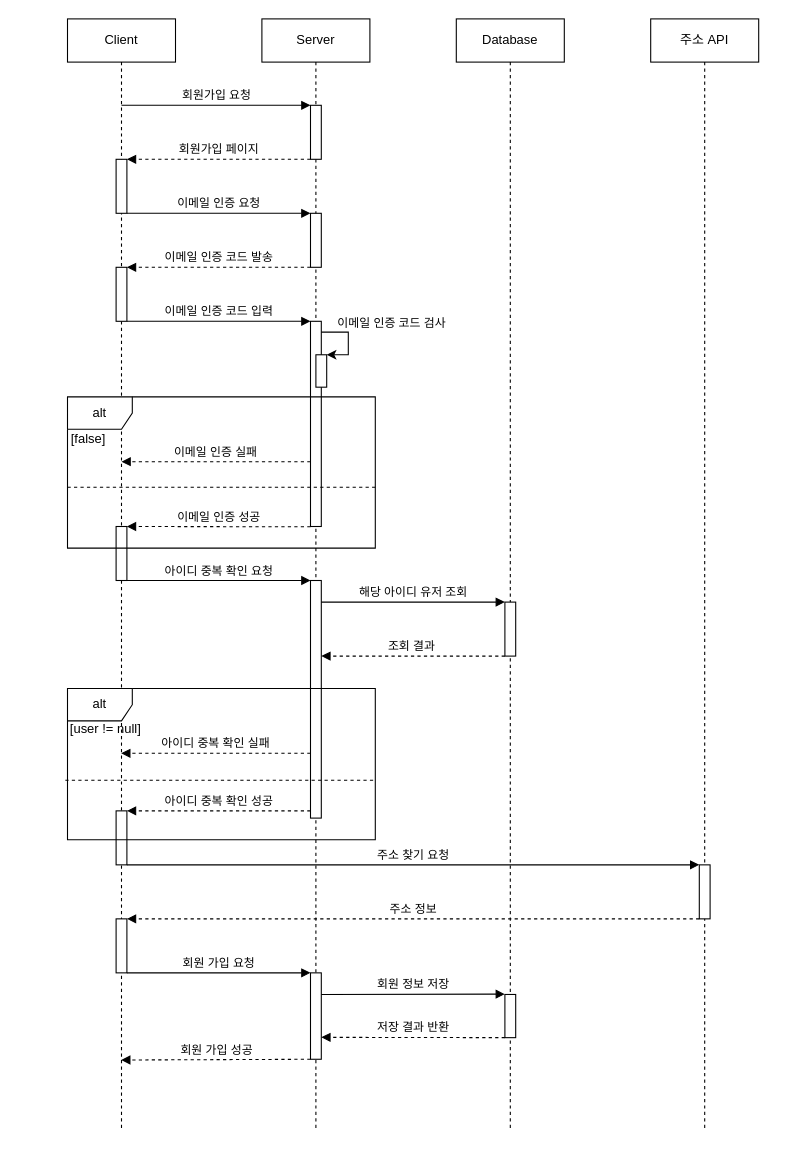
Above: architecture/SequenceDiagram/회원가입.drawio in 98Woonho/ITHotel (draw.io), before the change. Source tidied: cells renumbered, new cells numbered last; positions are measured from the earlier drawing's top-left corner, leaving out a move shared by most shapes. Both pictures are drawn from the tidied source at 108%, with x=0, y=0 at pixel (55, 18).
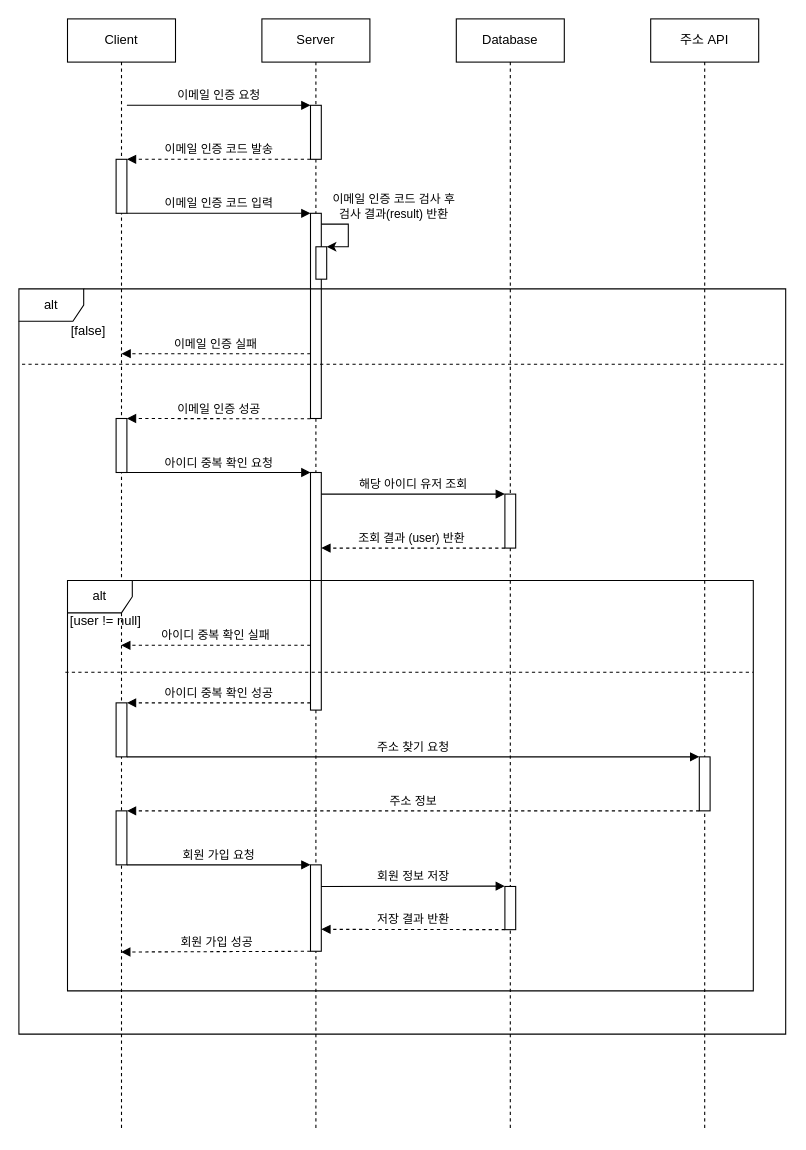
Above is the later version.

Unchanged cells that the change refers to:
```xml
<mxCell id="2" value="Client" style="shape=umlLifeline;perimeter=lifelinePerimeter;whiteSpace=wrap;html=1;newEdgeStyle={&quot;edgeStyle&quot;:&quot;elbowEdgeStyle&quot;,&quot;elbow&quot;:&quot;vertical&quot;,&quot;curved&quot;:0,&quot;rounded&quot;:0};" parent="1" vertex="1">
  <mxGeometry x="11" width="100" height="1030" as="geometry" />
</mxCell>
<mxCell id="8" value="Server" style="shape=umlLifeline;perimeter=lifelinePerimeter;whiteSpace=wrap;html=1;newEdgeStyle={&quot;edgeStyle&quot;:&quot;elbowEdgeStyle&quot;,&quot;elbow&quot;:&quot;vertical&quot;,&quot;curved&quot;:0,&quot;rounded&quot;:0};" parent="1" vertex="1">
  <mxGeometry x="191" width="100" height="1030" as="geometry" />
</mxCell>
<mxCell id="23" value="Database" style="shape=umlLifeline;perimeter=lifelinePerimeter;whiteSpace=wrap;html=1;newEdgeStyle={&quot;edgeStyle&quot;:&quot;elbowEdgeStyle&quot;,&quot;elbow&quot;:&quot;vertical&quot;,&quot;curved&quot;:0,&quot;rounded&quot;:0};" parent="1" vertex="1">
  <mxGeometry x="371" width="100" height="1030" as="geometry" />
</mxCell>
<mxCell id="31" value="주소 API" style="shape=umlLifeline;perimeter=lifelinePerimeter;whiteSpace=wrap;html=1;newEdgeStyle={&quot;edgeStyle&quot;:&quot;elbowEdgeStyle&quot;,&quot;elbow&quot;:&quot;vertical&quot;,&quot;curved&quot;:0,&quot;rounded&quot;:0};" parent="1" vertex="1">
  <mxGeometry x="551" width="100" height="1030" as="geometry" />
</mxCell>
```

Diff of the diagram source:
```diff
@@
-    <mxCell id="3" style="html=1;points=[];perimeter=orthogonalPerimeter;outlineConnect=0;targetShapes=umlLifeline;portConstraint=eastwest;newEdgeStyle={&quot;edgeStyle&quot;:&quot;elbowEdgeStyle&quot;,&quot;elbow&quot;:&quot;vertical&quot;,&quot;curved&quot;:0,&quot;rounded&quot;:0};" parent="2" vertex="1">
-      <mxGeometry x="45" y="130" width="10" height="50" as="geometry" />
-    </mxCell>
     <mxCell id="4" style="html=1;points=[];perimeter=orthogonalPerimeter;outlineConnect=0;targetShapes=umlLifeline;portConstraint=eastwest;newEdgeStyle={&quot;edgeStyle&quot;:&quot;elbowEdgeStyle&quot;,&quot;elbow&quot;:&quot;vertical&quot;,&quot;curved&quot;:0,&quot;rounded&quot;:0};" parent="2" vertex="1">
-      <mxGeometry x="45" y="230" width="10" height="50" as="geometry" />
+      <mxGeometry x="45" y="130" width="10" height="50" as="geometry" />
     </mxCell>
     <mxCell id="5" style="html=1;points=[];perimeter=orthogonalPerimeter;outlineConnect=0;targetShapes=umlLifeline;portConstraint=eastwest;newEdgeStyle={&quot;edgeStyle&quot;:&quot;elbowEdgeStyle&quot;,&quot;elbow&quot;:&quot;vertical&quot;,&quot;curved&quot;:0,&quot;rounded&quot;:0};" parent="2" vertex="1">
-      <mxGeometry x="45" y="470" width="10" height="50" as="geometry" />
+      <mxGeometry x="45" y="370" width="10" height="50" as="geometry" />
     </mxCell>
     <mxCell id="6" style="html=1;points=[];perimeter=orthogonalPerimeter;outlineConnect=0;targetShapes=umlLifeline;portConstraint=eastwest;newEdgeStyle={&quot;edgeStyle&quot;:&quot;elbowEdgeStyle&quot;,&quot;elbow&quot;:&quot;vertical&quot;,&quot;curved&quot;:0,&quot;rounded&quot;:0};" parent="2" vertex="1">
-      <mxGeometry x="45" y="733.3" width="10" height="50" as="geometry" />
+      <mxGeometry x="45" y="633.3" width="10" height="50" as="geometry" />
     </mxCell>
     <mxCell id="7" style="html=1;points=[];perimeter=orthogonalPerimeter;outlineConnect=0;targetShapes=umlLifeline;portConstraint=eastwest;newEdgeStyle={&quot;edgeStyle&quot;:&quot;elbowEdgeStyle&quot;,&quot;elbow&quot;:&quot;vertical&quot;,&quot;curved&quot;:0,&quot;rounded&quot;:0};" parent="2" vertex="1">
-      <mxGeometry x="45" y="833.3" width="10" height="50" as="geometry" />
+      <mxGeometry x="45" y="733.3" width="10" height="50" as="geometry" />
     </mxCell>
@@
-    <mxCell id="9" style="html=1;points=[];perimeter=orthogonalPerimeter;outlineConnect=0;targetShapes=umlLifeline;portConstraint=eastwest;newEdgeStyle={&quot;edgeStyle&quot;:&quot;elbowEdgeStyle&quot;,&quot;elbow&quot;:&quot;vertical&quot;,&quot;curved&quot;:0,&quot;rounded&quot;:0};" parent="8" vertex="1">
-      <mxGeometry x="45" y="80" width="10" height="50" as="geometry" />
-    </mxCell>
     <mxCell id="10" style="html=1;points=[];perimeter=orthogonalPerimeter;outlineConnect=0;targetShapes=umlLifeline;portConstraint=eastwest;newEdgeStyle={&quot;edgeStyle&quot;:&quot;elbowEdgeStyle&quot;,&quot;elbow&quot;:&quot;vertical&quot;,&quot;curved&quot;:0,&quot;rounded&quot;:0};" parent="8" vertex="1">
-      <mxGeometry x="45" y="180" width="10" height="50" as="geometry" />
+      <mxGeometry x="45" y="80" width="10" height="50" as="geometry" />
     </mxCell>
     <mxCell id="11" style="html=1;points=[];perimeter=orthogonalPerimeter;outlineConnect=0;targetShapes=umlLifeline;portConstraint=eastwest;newEdgeStyle={&quot;edgeStyle&quot;:&quot;elbowEdgeStyle&quot;,&quot;elbow&quot;:&quot;vertical&quot;,&quot;curved&quot;:0,&quot;rounded&quot;:0};" parent="8" vertex="1">
-      <mxGeometry x="45" y="280" width="10" height="190" as="geometry" />
+      <mxGeometry x="45" y="180" width="10" height="190" as="geometry" />
     </mxCell>
     <mxCell id="12" style="html=1;points=[];perimeter=orthogonalPerimeter;outlineConnect=0;targetShapes=umlLifeline;portConstraint=eastwest;newEdgeStyle={&quot;edgeStyle&quot;:&quot;elbowEdgeStyle&quot;,&quot;elbow&quot;:&quot;vertical&quot;,&quot;curved&quot;:0,&quot;rounded&quot;:0};" parent="8" vertex="1">
-      <mxGeometry x="45" y="520" width="10" height="220" as="geometry" />
+      <mxGeometry x="45" y="420" width="10" height="220" as="geometry" />
     </mxCell>
-    <mxCell id="13" value="회원가입 요청" style="html=1;verticalAlign=bottom;endArrow=block;edgeStyle=elbowEdgeStyle;elbow=vertical;curved=0;rounded=0;" parent="1" edge="1" target="9">
-      <mxGeometry relative="1" as="geometry">
-        <mxPoint x="61" y="80" as="sourcePoint" />
-        <Array as="points">
-          <mxPoint x="146" y="80" />
-        </Array>
-      </mxGeometry>
-    </mxCell>
-    <mxCell id="14" value="회원가입 페이지" style="html=1;verticalAlign=bottom;endArrow=block;dashed=1;endSize=6;edgeStyle=elbowEdgeStyle;elbow=vertical;curved=0;rounded=0;endFill=1;" parent="1" edge="1" source="9" target="3">
-      <mxGeometry relative="1" as="geometry">
-        <Array as="points">
-          <mxPoint x="171" y="130" />
-        </Array>
-      </mxGeometry>
-    </mxCell>
-    <mxCell id="15" value="이메일 인증 요청" style="html=1;verticalAlign=bottom;endArrow=block;edgeStyle=elbowEdgeStyle;elbow=vertical;curved=0;rounded=0;" parent="1" edge="1" source="3" target="10">
+    <mxCell id="15" value="이메일 인증 요청" style="html=1;verticalAlign=bottom;endArrow=block;edgeStyle=elbowEdgeStyle;elbow=vertical;curved=0;rounded=0;" parent="1" edge="1" target="10">
       <mxGeometry relative="1" as="geometry">
+        <mxPoint x="66" y="80" as="sourcePoint" />
         <Array as="points">
-          <mxPoint x="156" y="180" />
+          <mxPoint x="156" y="80" />
         </Array>
       </mxGeometry>
     </mxCell>
     <mxCell id="16" value="이메일 인증 코드 발송" style="html=1;verticalAlign=bottom;endArrow=block;dashed=1;endSize=6;edgeStyle=elbowEdgeStyle;elbow=vertical;curved=0;rounded=0;endFill=1;" parent="1" edge="1" source="10" target="4">
       <mxGeometry relative="1" as="geometry">
         <Array as="points">
-          <mxPoint x="166" y="230" />
+          <mxPoint x="166" y="130" />
         </Array>
       </mxGeometry>
     </mxCell>
     <mxCell id="17" value="이메일 인증 코드 입력" style="html=1;verticalAlign=bottom;endArrow=block;edgeStyle=elbowEdgeStyle;elbow=vertical;curved=0;rounded=0;" parent="1" edge="1" source="4" target="11">
       <mxGeometry relative="1" as="geometry">
         <Array as="points">
-          <mxPoint x="161" y="280" />
+          <mxPoint x="161" y="180" />
         </Array>
       </mxGeometry>
     </mxCell>
     <mxCell id="18" style="html=1;points=[];perimeter=orthogonalPerimeter;outlineConnect=0;targetShapes=umlLifeline;portConstraint=eastwest;newEdgeStyle={&quot;edgeStyle&quot;:&quot;elbowEdgeStyle&quot;,&quot;elbow&quot;:&quot;vertical&quot;,&quot;curved&quot;:0,&quot;rounded&quot;:0};" parent="1" vertex="1">
-      <mxGeometry x="241" y="311" width="10" height="30" as="geometry" />
+      <mxGeometry x="241" y="211" width="10" height="30" as="geometry" />
     </mxCell>
     <mxCell id="19" style="endArrow=classic;html=1;rounded=0;" parent="1" edge="1" source="11" target="18">
       <mxGeometry relative="1" as="geometry">
         <Array as="points">
-          <mxPoint x="261" y="290" />
-          <mxPoint x="271" y="290" />
-          <mxPoint x="271" y="311" />
+          <mxPoint x="261" y="190" />
+          <mxPoint x="271" y="190" />
+          <mxPoint x="271" y="211" />
         </Array>
       </mxGeometry>
     </mxCell>
-    <mxCell id="20" value="이메일 인증 코드 검사" style="edgeLabel;html=1;align=center;verticalAlign=middle;" parent="19" vertex="1">
+    <mxCell id="20" value="이메일 인증 코드 검사 후&lt;div&gt;검사 결과(result) 반환&lt;/div&gt;" style="edgeLabel;html=1;align=center;verticalAlign=middle;" parent="19" vertex="1">
       <mxGeometry x="-0.47" y="1" relative="1" as="geometry">
-        <mxPoint x="47" y="-8" as="offset" />
+        <mxPoint x="49" y="-16" as="offset" />
       </mxGeometry>
     </mxCell>
     <mxCell id="21" value="이메일 인증 실패" style="html=1;verticalAlign=bottom;endArrow=block;dashed=1;endSize=6;edgeStyle=elbowEdgeStyle;elbow=vertical;curved=0;rounded=0;endFill=1;" parent="1" edge="1">
       <mxGeometry relative="1" as="geometry">
-        <mxPoint x="236" y="410" as="sourcePoint" />
-        <mxPoint x="61" y="410" as="targetPoint" />
+        <mxPoint x="236" y="310" as="sourcePoint" />
+        <mxPoint x="61" y="310" as="targetPoint" />
       </mxGeometry>
     </mxCell>
     <mxCell id="22" value="이메일 인증 성공" style="html=1;verticalAlign=bottom;endArrow=block;dashed=1;endSize=6;edgeStyle=elbowEdgeStyle;elbow=vertical;curved=0;rounded=0;endFill=1;" parent="1" edge="1">
       <mxGeometry relative="1" as="geometry">
-        <mxPoint x="236" y="470.3" as="sourcePoint" />
-        <mxPoint x="66" y="470" as="targetPoint" />
+        <mxPoint x="236" y="370.3" as="sourcePoint" />
+        <mxPoint x="66" y="370" as="targetPoint" />
       </mxGeometry>
     </mxCell>
@@
     <mxCell id="24" style="html=1;points=[];perimeter=orthogonalPerimeter;outlineConnect=0;targetShapes=umlLifeline;portConstraint=eastwest;newEdgeStyle={&quot;edgeStyle&quot;:&quot;elbowEdgeStyle&quot;,&quot;elbow&quot;:&quot;vertical&quot;,&quot;curved&quot;:0,&quot;rounded&quot;:0};" parent="23" vertex="1">
-      <mxGeometry x="45" y="540" width="10" height="50" as="geometry" />
+      <mxGeometry x="45" y="440" width="10" height="50" as="geometry" />
     </mxCell>
     <mxCell id="25" style="html=1;perimeter=orthogonalPerimeter;targetShapes=umlLifeline;newEdgeStyle={&quot;edgeStyle&quot;:&quot;elbowEdgeStyle&quot;,&quot;elbow&quot;:&quot;vertical&quot;,&quot;curved&quot;:0,&quot;rounded&quot;:0};" parent="23" vertex="1">
-      <mxGeometry x="45" y="903.3" width="10" height="40" as="geometry" />
+      <mxGeometry x="45" y="803.3" width="10" height="40" as="geometry" />
     </mxCell>
     <mxCell id="26" value="아이디 중복 확인 요청" style="html=1;verticalAlign=bottom;endArrow=block;edgeStyle=elbowEdgeStyle;elbow=vertical;curved=0;rounded=0;" parent="1" edge="1" source="5" target="12">
       <mxGeometry relative="1" as="geometry">
         <Array as="points">
-          <mxPoint x="166" y="520" />
+          <mxPoint x="166" y="420" />
         </Array>
       </mxGeometry>
     </mxCell>
     <mxCell id="27" value="해당 아이디 유저 조회" style="html=1;verticalAlign=bottom;endArrow=block;edgeStyle=elbowEdgeStyle;elbow=vertical;curved=0;rounded=0;" parent="1" edge="1" source="12" target="24">
       <mxGeometry relative="1" as="geometry">
         <Array as="points">
-          <mxPoint x="351" y="540" />
+          <mxPoint x="351" y="440" />
         </Array>
       </mxGeometry>
     </mxCell>
-    <mxCell id="28" value="조회 결과&amp;nbsp;" style="html=1;verticalAlign=bottom;endArrow=block;dashed=1;endSize=6;edgeStyle=elbowEdgeStyle;elbow=vertical;curved=0;rounded=0;endFill=1;" parent="1" edge="1">
+    <mxCell id="28" value="조회 결과 (user) 반환&amp;nbsp;" style="html=1;verticalAlign=bottom;endArrow=block;dashed=1;endSize=6;edgeStyle=elbowEdgeStyle;elbow=vertical;curved=0;rounded=0;endFill=1;" parent="1" edge="1">
       <mxGeometry relative="1" as="geometry">
-        <mxPoint x="416" y="590" as="sourcePoint" />
-        <mxPoint x="246" y="590" as="targetPoint" />
+        <mxPoint x="416" y="490" as="sourcePoint" />
+        <mxPoint x="246" y="490" as="targetPoint" />
       </mxGeometry>
     </mxCell>
     <mxCell id="29" value="아이디 중복 확인 실패" style="html=1;verticalAlign=bottom;endArrow=block;dashed=1;endSize=6;edgeStyle=elbowEdgeStyle;elbow=vertical;curved=0;rounded=0;endFill=1;" parent="1" edge="1">
       <mxGeometry relative="1" as="geometry">
-        <mxPoint x="236" y="680" as="sourcePoint" />
-        <mxPoint x="60.7" y="680.3" as="targetPoint" />
+        <mxPoint x="236" y="580" as="sourcePoint" />
+        <mxPoint x="60.7" y="580.3" as="targetPoint" />
       </mxGeometry>
     </mxCell>
     <mxCell id="30" value="아이디 중복 확인 성공" style="html=1;verticalAlign=bottom;endArrow=block;dashed=1;endSize=6;edgeStyle=elbowEdgeStyle;elbow=vertical;curved=0;rounded=0;endFill=1;" parent="1" edge="1" target="6">
       <mxGeometry relative="1" as="geometry">
-        <mxPoint x="236" y="733.3" as="sourcePoint" />
+        <mxPoint x="236" y="633.3" as="sourcePoint" />
         <Array as="points">
-          <mxPoint x="191" y="733.3" />
+          <mxPoint x="191" y="633.3" />
         </Array>
       </mxGeometry>
     </mxCell>
@@
     <mxCell id="32" style="html=1;points=[];perimeter=orthogonalPerimeter;outlineConnect=0;targetShapes=umlLifeline;portConstraint=eastwest;newEdgeStyle={&quot;edgeStyle&quot;:&quot;elbowEdgeStyle&quot;,&quot;elbow&quot;:&quot;vertical&quot;,&quot;curved&quot;:0,&quot;rounded&quot;:0};" parent="31" vertex="1">
-      <mxGeometry x="45" y="783.3" width="10" height="50" as="geometry" />
+      <mxGeometry x="45" y="683.3" width="10" height="50" as="geometry" />
     </mxCell>
     <mxCell id="33" value="주소 찾기 요청" style="html=1;verticalAlign=bottom;endArrow=block;edgeStyle=elbowEdgeStyle;elbow=vertical;curved=0;rounded=0;" parent="1" edge="1" source="6" target="32">
       <mxGeometry relative="1" as="geometry">
         <Array as="points">
-          <mxPoint x="181" y="783.3" />
+          <mxPoint x="181" y="683.3" />
         </Array>
       </mxGeometry>
     </mxCell>
     <mxCell id="34" value="주소 정보" style="html=1;verticalAlign=bottom;endArrow=block;dashed=1;endSize=6;edgeStyle=elbowEdgeStyle;elbow=vertical;curved=0;rounded=0;endFill=1;" parent="1" edge="1" source="32" target="7">
       <mxGeometry relative="1" as="geometry">
         <Array as="points">
-          <mxPoint x="236" y="833.3" />
+          <mxPoint x="236" y="733.3" />
         </Array>
       </mxGeometry>
     </mxCell>
     <mxCell id="35" style="html=1;points=[];perimeter=orthogonalPerimeter;outlineConnect=0;targetShapes=umlLifeline;portConstraint=eastwest;newEdgeStyle={&quot;edgeStyle&quot;:&quot;elbowEdgeStyle&quot;,&quot;elbow&quot;:&quot;vertical&quot;,&quot;curved&quot;:0,&quot;rounded&quot;:0};" parent="1" vertex="1">
-      <mxGeometry x="236" y="883.3" width="10" height="80" as="geometry" />
+      <mxGeometry x="236" y="783.3" width="10" height="80" as="geometry" />
     </mxCell>
     <mxCell id="36" value="회원 가입 요청" style="html=1;verticalAlign=bottom;endArrow=block;edgeStyle=elbowEdgeStyle;elbow=vertical;curved=0;rounded=0;" parent="1" edge="1" source="7" target="35">
       <mxGeometry relative="1" as="geometry">
         <Array as="points">
-          <mxPoint x="241" y="883.3" />
+          <mxPoint x="241" y="783.3" />
         </Array>
       </mxGeometry>
     </mxCell>
     <mxCell id="37" value="회원 정보 저장" style="html=1;verticalAlign=bottom;endArrow=block;edgeStyle=elbowEdgeStyle;elbow=vertical;curved=0;rounded=0;" parent="1" edge="1">
       <mxGeometry relative="1" as="geometry">
-        <mxPoint x="246" y="903.3" as="sourcePoint" />
-        <mxPoint x="416" y="903.3" as="targetPoint" />
+        <mxPoint x="246" y="803.3" as="sourcePoint" />
+        <mxPoint x="416" y="803.3" as="targetPoint" />
       </mxGeometry>
     </mxCell>
     <mxCell id="38" value="저장 결과 반환" style="html=1;verticalAlign=bottom;endArrow=block;dashed=1;endSize=6;edgeStyle=elbowEdgeStyle;elbow=vertical;curved=0;rounded=0;endFill=1;" parent="1" edge="1" target="35">
       <mxGeometry relative="1" as="geometry">
-        <mxPoint x="416" y="943.3" as="sourcePoint" />
+        <mxPoint x="416" y="843.3" as="sourcePoint" />
       </mxGeometry>
     </mxCell>
     <mxCell id="39" value="회원 가입 성공" style="html=1;verticalAlign=bottom;endArrow=block;dashed=1;endSize=6;edgeStyle=elbowEdgeStyle;elbow=vertical;curved=0;rounded=0;endFill=1;" parent="1" edge="1">
       <mxGeometry relative="1" as="geometry">
-        <mxPoint x="236" y="963.3" as="sourcePoint" />
-        <mxPoint x="60.7" y="963.7" as="targetPoint" />
+        <mxPoint x="236" y="863.3" as="sourcePoint" />
+        <mxPoint x="60.7" y="863.7" as="targetPoint" />
       </mxGeometry>
     </mxCell>
     <mxCell id="40" value="alt" style="shape=umlFrame;whiteSpace=wrap;html=1;" parent="1" vertex="1">
-      <mxGeometry x="11" y="350" width="285" height="140" as="geometry" />
+      <mxGeometry x="-34" y="250" width="710" height="690" as="geometry" />
     </mxCell>
-    <mxCell id="41" style="endArrow=none;dashed=1;html=1;rounded=0;exitX=0;exitY=0.598;exitDx=0;exitDy=0;exitPerimeter=0;entryX=1.006;entryY=0.598;entryDx=0;entryDy=0;entryPerimeter=0;" parent="1" edge="1" source="40" target="40">
+    <mxCell id="41" style="endArrow=none;dashed=1;html=1;rounded=0;exitX=0.004;exitY=0.101;exitDx=0;exitDy=0;exitPerimeter=0;entryX=1;entryY=0.101;entryDx=0;entryDy=0;entryPerimeter=0;" parent="1" edge="1" source="40" target="40">
       <mxGeometry relative="1" as="geometry" />
     </mxCell>
     <mxCell id="42" value="[false]" style="text;html=1;align=center;verticalAlign=middle;strokeColor=none;fillColor=none;" parent="1" vertex="1">
-      <mxGeometry y="374" width="60" height="30" as="geometry" />
+      <mxGeometry y="274" width="60" height="30" as="geometry" />
     </mxCell>
     <mxCell id="43" value="alt" style="shape=umlFrame;whiteSpace=wrap;html=1;" parent="1" vertex="1">
-      <mxGeometry x="11" y="620" width="285" height="140" as="geometry" />
+      <mxGeometry x="11" y="520" width="635" height="380" as="geometry" />
     </mxCell>
-    <mxCell id="44" style="endArrow=none;dashed=1;html=1;rounded=0;exitX=0;exitY=0.598;exitDx=0;exitDy=0;exitPerimeter=0;entryX=1.006;entryY=0.598;entryDx=0;entryDy=0;entryPerimeter=0;" parent="1" edge="1">
+    <mxCell id="44" style="endArrow=none;dashed=1;html=1;rounded=0;exitX=0;exitY=0.598;exitDx=0;exitDy=0;exitPerimeter=0;" parent="1" edge="1">
       <mxGeometry relative="1" as="geometry">
-        <mxPoint x="9" y="705" as="sourcePoint" />
-        <mxPoint x="296" y="705" as="targetPoint" />
+        <mxPoint x="9" y="605" as="sourcePoint" />
+        <mxPoint x="646" y="605" as="targetPoint" />
       </mxGeometry>
     </mxCell>
     <mxCell id="45" value="[user != null]" style="text;html=1;align=center;verticalAlign=middle;strokeColor=none;fillColor=none;" parent="1" vertex="1">
-      <mxGeometry x="1" y="643" width="90" height="30" as="geometry" />
+      <mxGeometry x="1" y="543" width="90" height="30" as="geometry" />
     </mxCell>
```
